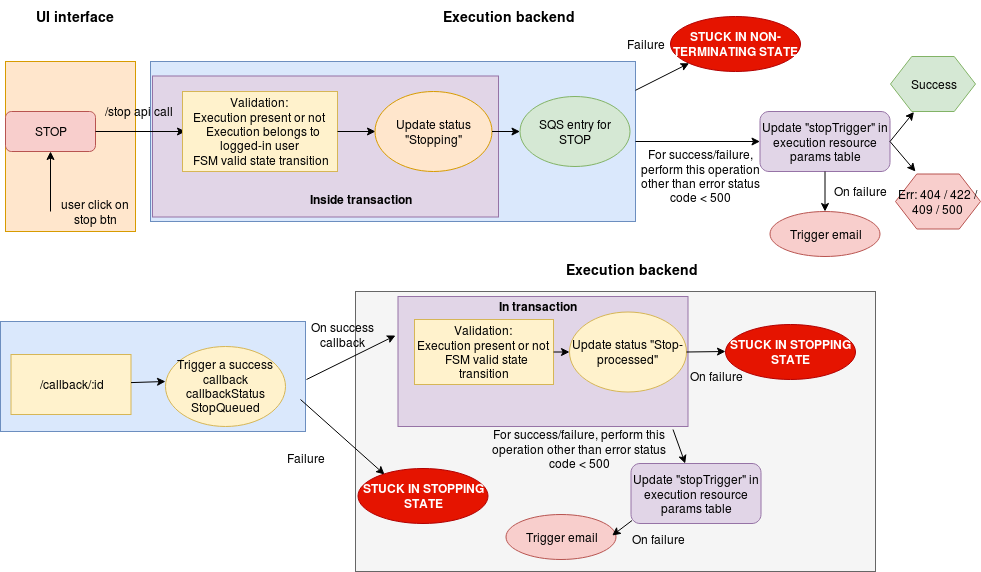
The draw.io diagram stop_ui.png in prodipta/blueshift-resouce, before a commit. Source tidied: cells renumbered, new cells last; positions are measured from the earlier drawing's top-left corner, leaving out a move shared by most shapes.
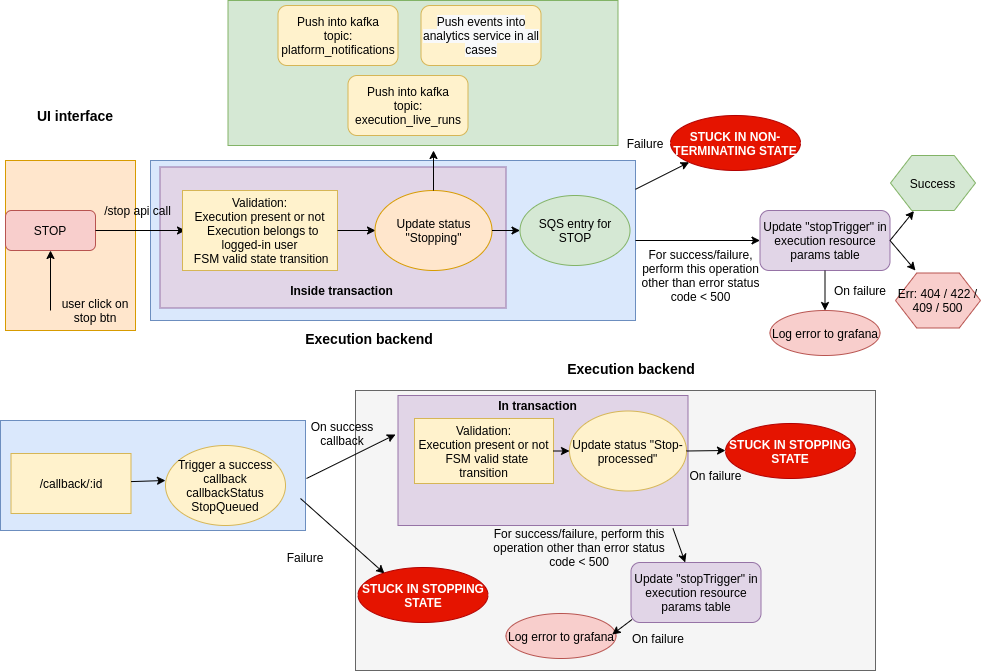
Above is the later version.

The edit, as a diff of the source:
```diff
@@ -12,7 +12,7 @@
       <mxGeometry x="150" y="60" width="485" height="160" as="geometry" />
     </mxCell>
     <mxCell id="5" style="rounded=0;whiteSpace=wrap;html=1;fillColor=#e1d5e7;strokeColor=#9673a6;" parent="1" vertex="1">
-      <mxGeometry x="152" y="74.5" width="346" height="141" as="geometry" />
+      <mxGeometry x="159.5" y="66.5" width="346" height="141" as="geometry" />
     </mxCell>
     <mxCell id="6" style="rounded=0;whiteSpace=wrap;html=1;fillColor=#dae8fc;strokeColor=#6c8ebf;" parent="1" vertex="1">
       <mxGeometry y="320" width="305" height="110" as="geometry" />
@@ -51,7 +51,7 @@
       <mxGeometry x="374.5" y="90" width="117" height="80" as="geometry" />
     </mxCell>
     <mxCell id="16" value="Execution backend" style="text;html=1;strokeColor=none;fillColor=none;align=center;verticalAlign=middle;whiteSpace=wrap;rounded=0;fontStyle=1;fontSize=14;" parent="1" vertex="1">
-      <mxGeometry x="312.5" y="5" width="390" height="20" as="geometry" />
+      <mxGeometry x="173.5" y="227.5" width="390" height="20" as="geometry" />
     </mxCell>
     <mxCell id="17" value="SQS entry for STOP" style="ellipse;whiteSpace=wrap;html=1;fillColor=#d5e8d4;strokeColor=#82b366;" parent="1" vertex="1">
       <mxGeometry x="519.5" y="95" width="110" height="70" as="geometry" />
@@ -110,7 +110,7 @@
       <mxGeometry relative="1" as="geometry" />
     </mxCell>
     <mxCell id="34" value="Inside transaction" style="text;html=1;strokeColor=none;fillColor=none;align=center;verticalAlign=middle;whiteSpace=wrap;rounded=0;fontStyle=1;" parent="1" vertex="1">
-      <mxGeometry x="286" y="187.5" width="147" height="20" as="geometry" />
+      <mxGeometry x="268" y="180" width="147" height="20" as="geometry" />
     </mxCell>
     <mxCell id="35" value="Update &quot;stopTrigger&quot; in execution resource params table" style="rounded=1;whiteSpace=wrap;html=1;fillColor=#e1d5e7;strokeColor=#9673a6;" parent="1" vertex="1">
       <mxGeometry x="630.5" y="462" width="130" height="60" as="geometry" />
@@ -138,7 +138,7 @@
     <mxCell id="42" style="endArrow=classic;html=1;exitX=0.5;exitY=1;exitDx=0;exitDy=0;entryX=0.5;entryY=0;entryDx=0;entryDy=0;" parent="1" edge="1" source="29" target="43">
       <mxGeometry relative="1" as="geometry" />
     </mxCell>
-    <mxCell id="43" value="Trigger email" style="ellipse;whiteSpace=wrap;html=1;fillColor=#f8cecc;strokeColor=#b85450;" parent="1" vertex="1">
+    <mxCell id="43" value="Log error to grafana" style="ellipse;whiteSpace=wrap;html=1;fillColor=#f8cecc;strokeColor=#b85450;" parent="1" vertex="1">
       <mxGeometry x="769.5" y="210" width="110" height="45" as="geometry" />
     </mxCell>
     <mxCell id="44" value="STUCK IN NON-TERMINATING STATE" style="ellipse;whiteSpace=wrap;html=1;fillColor=#e51400;strokeColor=#B20000;fontColor=#ffffff;fontStyle=1;" parent="1" vertex="1">
@@ -147,7 +147,7 @@
     <mxCell id="45" value="On failure" style="text;html=1;strokeColor=none;fillColor=none;align=center;verticalAlign=middle;whiteSpace=wrap;rounded=0;" parent="1" vertex="1">
       <mxGeometry x="829.5" y="180" width="60" height="20" as="geometry" />
     </mxCell>
-    <mxCell id="46" value="Trigger email" style="ellipse;whiteSpace=wrap;html=1;fillColor=#f8cecc;strokeColor=#b85450;" parent="1" vertex="1">
+    <mxCell id="46" value="Log error to grafana" style="ellipse;whiteSpace=wrap;html=1;fillColor=#f8cecc;strokeColor=#b85450;" parent="1" vertex="1">
       <mxGeometry x="505.5" y="513" width="110" height="45" as="geometry" />
     </mxCell>
     <mxCell id="47" value="On failure" style="text;html=1;strokeColor=none;fillColor=none;align=center;verticalAlign=middle;whiteSpace=wrap;rounded=0;" parent="1" vertex="1">
@@ -183,5 +183,22 @@
         <mxPoint x="725" y="350" as="targetPoint" />
       </mxGeometry>
     </mxCell>
+    <mxCell id="56" style="rounded=0;whiteSpace=wrap;html=1;fillColor=#d5e8d4;strokeColor=#82b366;" parent="1" vertex="1">
+      <mxGeometry x="227.5" y="-100" width="390" height="145" as="geometry" />
+    </mxCell>
+    <mxCell id="57" value="Push into kafka&lt;br&gt;topic: platform_notifications" style="rounded=1;whiteSpace=wrap;html=1;fillColor=#fff2cc;strokeColor=#d6b656;" parent="1" vertex="1">
+      <mxGeometry x="277.5" y="-95" width="120" height="60" as="geometry" />
+    </mxCell>
+    <mxCell id="58" value="&lt;meta charset=&quot;utf-8&quot;&gt;&lt;span style=&quot;color: rgb(0, 0, 0); font-family: helvetica; font-size: 12px; font-style: normal; font-weight: 400; letter-spacing: normal; text-align: center; text-indent: 0px; text-transform: none; word-spacing: 0px; background-color: rgb(248, 249, 250); display: inline; float: none;&quot;&gt;Push events into analytics service in all cases&lt;/span&gt;" style="whiteSpace=wrap;html=1;rounded=1;strokeColor=#d6b656;fillColor=#fff2cc;" parent="1" vertex="1">
+      <mxGeometry x="420.5" y="-95" width="120" height="60" as="geometry" />
+    </mxCell>
+    <mxCell id="59" value="Push into kafka&lt;br&gt;topic: execution_live_runs" style="rounded=1;whiteSpace=wrap;html=1;fillColor=#fff2cc;strokeColor=#d6b656;" parent="1" vertex="1">
+      <mxGeometry x="347.5" y="-25" width="120" height="60" as="geometry" />
+    </mxCell>
+    <mxCell id="60" style="endArrow=classic;html=1;rounded=0;exitX=0.5;exitY=0;exitDx=0;exitDy=0;" parent="1" edge="1" source="15">
+      <mxGeometry relative="1" as="geometry">
+        <mxPoint x="433" y="50" as="targetPoint" />
+      </mxGeometry>
+    </mxCell>
   </root>
 </mxGraphModel>
```
